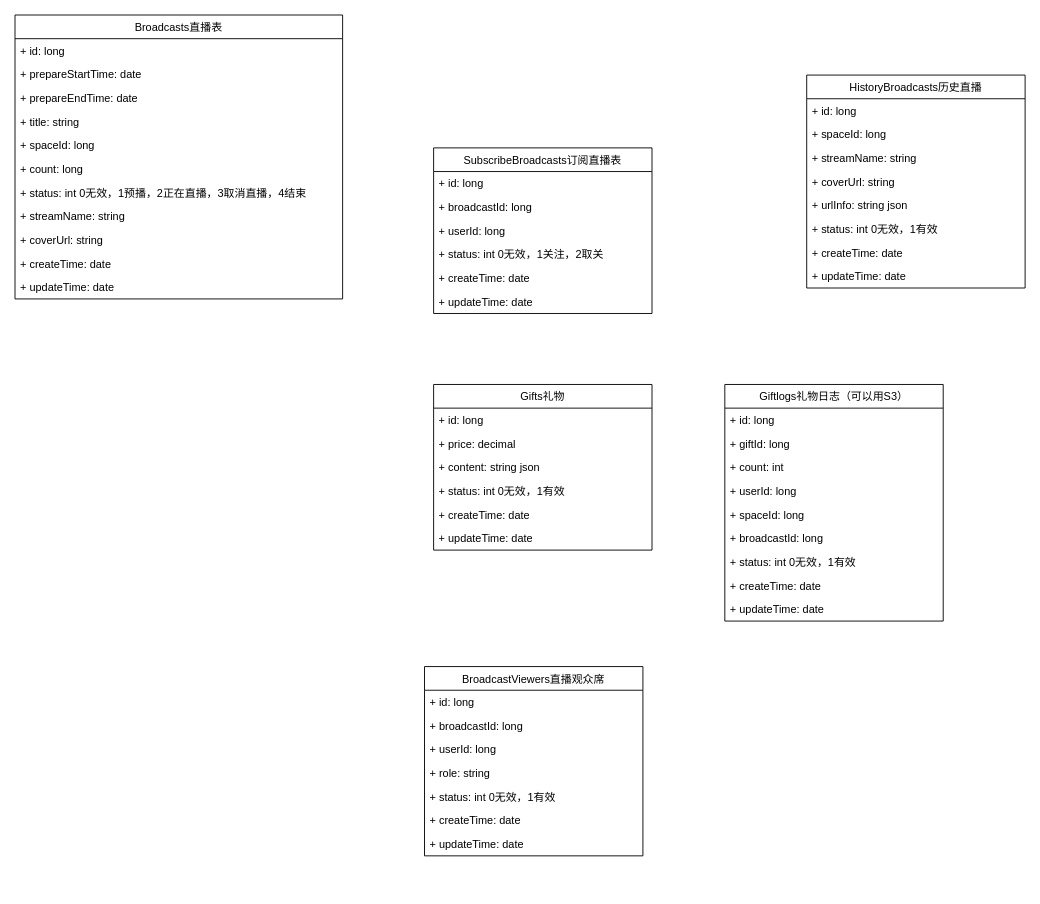
The draw.io diagram 直播类图.drawio in qq584686739/draw, before the edit. Source tidied: cells renumbered, new cells numbered last; positions are measured from the earlier drawing's top-left corner, leaving out a move shared by most shapes. Both pictures are drawn from the tidied source at 91%, with x=0, y=0 at pixel (15, 15).
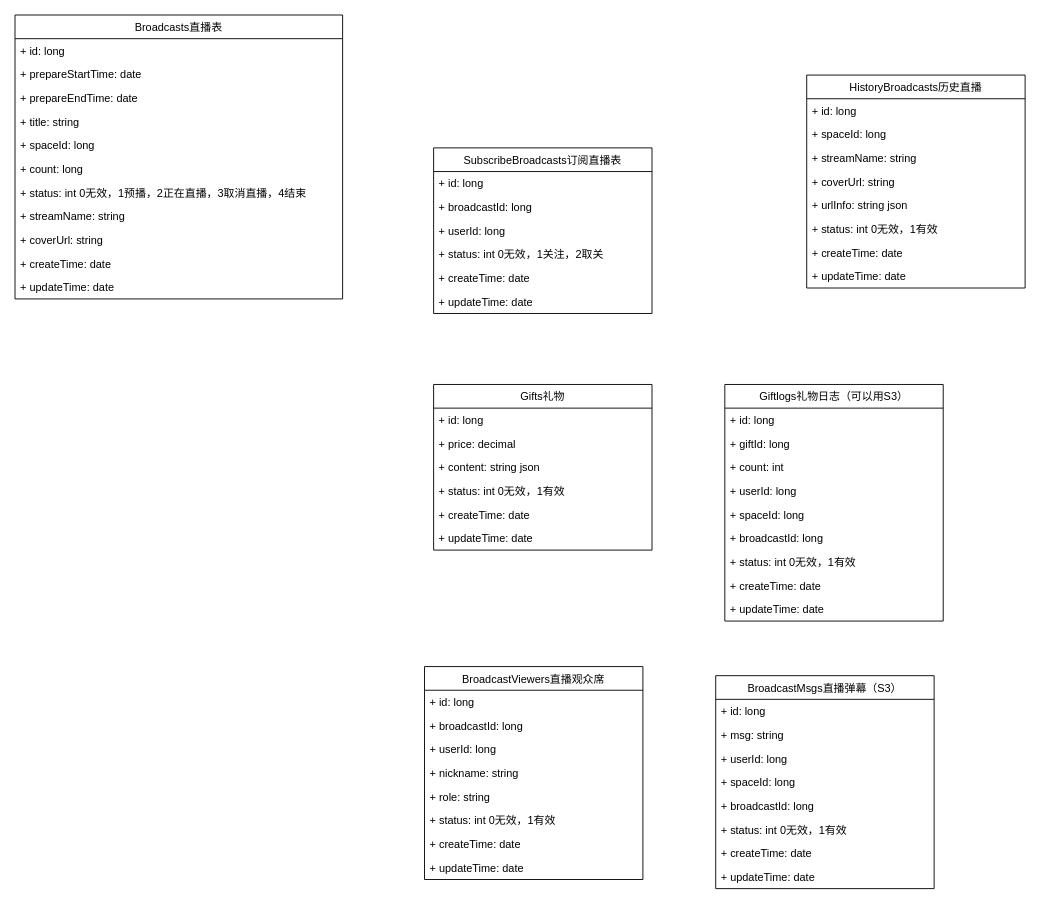
The same page after the edit.

What changed in the source:
```diff
@@
     <mxCell id="47" value="BroadcastViewers直播观众席" style="swimlane;fontStyle=0;horizontal=1;startSize=26;fillColor=none;" parent="1" vertex="1">
-      <mxGeometry x="450" y="716" width="240" height="208" as="geometry" />
+      <mxGeometry x="450" y="716" width="240" height="234" as="geometry" />
     </mxCell>
@@
+    <mxCell id="55" value="+ nickname: string" style="text;strokeColor=none;fillColor=none;align=left;verticalAlign=top;spacingLeft=4;spacingRight=4;overflow=hidden;" parent="47" vertex="1">
+      <mxGeometry y="104" width="240" height="26" as="geometry" />
+    </mxCell>
     <mxCell id="51" value="+ role: string" style="text;strokeColor=none;fillColor=none;align=left;verticalAlign=top;spacingLeft=4;spacingRight=4;overflow=hidden;" parent="47" vertex="1">
-      <mxGeometry y="104" width="240" height="26" as="geometry" />
+      <mxGeometry y="130" width="240" height="26" as="geometry" />
     </mxCell>
     <mxCell id="52" value="+ status: int 0无效，1有效" style="text;strokeColor=none;fillColor=none;align=left;verticalAlign=top;spacingLeft=4;spacingRight=4;overflow=hidden;" parent="47" vertex="1">
-      <mxGeometry y="130" width="240" height="26" as="geometry" />
+      <mxGeometry y="156" width="240" height="26" as="geometry" />
     </mxCell>
     <mxCell id="53" value="+ createTime: date" style="text;strokeColor=none;fillColor=none;align=left;verticalAlign=top;spacingLeft=4;spacingRight=4;overflow=hidden;" parent="47" vertex="1">
-      <mxGeometry y="156" width="240" height="26" as="geometry" />
+      <mxGeometry y="182" width="240" height="26" as="geometry" />
     </mxCell>
     <mxCell id="54" value="+ updateTime: date" style="text;strokeColor=none;fillColor=none;align=left;verticalAlign=top;spacingLeft=4;spacingRight=4;overflow=hidden;" parent="47" vertex="1">
-      <mxGeometry y="182" width="240" height="26" as="geometry" />
+      <mxGeometry y="208" width="240" height="26" as="geometry" />
     </mxCell>
+    <mxCell id="56" value="BroadcastMsgs直播弹幕（S3）" style="swimlane;fontStyle=0;horizontal=1;startSize=26;fillColor=none;" parent="1" vertex="1">
+      <mxGeometry x="770" y="726" width="240" height="234" as="geometry" />
+    </mxCell>
+    <mxCell id="57" value="+ id: long" style="text;strokeColor=none;fillColor=none;align=left;verticalAlign=top;spacingLeft=4;spacingRight=4;overflow=hidden;" parent="56" vertex="1">
+      <mxGeometry y="26" width="240" height="26" as="geometry" />
+    </mxCell>
+    <mxCell id="58" value="+ msg: string" style="text;strokeColor=none;fillColor=none;align=left;verticalAlign=top;spacingLeft=4;spacingRight=4;overflow=hidden;" parent="56" vertex="1">
+      <mxGeometry y="52" width="240" height="26" as="geometry" />
+    </mxCell>
+    <mxCell id="59" value="+ userId: long" style="text;strokeColor=none;fillColor=none;align=left;verticalAlign=top;spacingLeft=4;spacingRight=4;overflow=hidden;" parent="56" vertex="1">
+      <mxGeometry y="78" width="240" height="26" as="geometry" />
+    </mxCell>
+    <mxCell id="60" value="+ spaceId: long" style="text;strokeColor=none;fillColor=none;align=left;verticalAlign=top;spacingLeft=4;spacingRight=4;overflow=hidden;" parent="56" vertex="1">
+      <mxGeometry y="104" width="240" height="26" as="geometry" />
+    </mxCell>
+    <mxCell id="61" value="+ broadcastId: long" style="text;strokeColor=none;fillColor=none;align=left;verticalAlign=top;spacingLeft=4;spacingRight=4;overflow=hidden;" parent="56" vertex="1">
+      <mxGeometry y="130" width="240" height="26" as="geometry" />
+    </mxCell>
+    <mxCell id="62" value="+ status: int 0无效，1有效" style="text;strokeColor=none;fillColor=none;align=left;verticalAlign=top;spacingLeft=4;spacingRight=4;overflow=hidden;" parent="56" vertex="1">
+      <mxGeometry y="156" width="240" height="26" as="geometry" />
+    </mxCell>
+    <mxCell id="63" value="+ createTime: date" style="text;strokeColor=none;fillColor=none;align=left;verticalAlign=top;spacingLeft=4;spacingRight=4;overflow=hidden;" parent="56" vertex="1">
+      <mxGeometry y="182" width="240" height="26" as="geometry" />
+    </mxCell>
+    <mxCell id="64" value="+ updateTime: date" style="text;strokeColor=none;fillColor=none;align=left;verticalAlign=top;spacingLeft=4;spacingRight=4;overflow=hidden;" parent="56" vertex="1">
+      <mxGeometry y="208" width="240" height="26" as="geometry" />
+    </mxCell>
```
